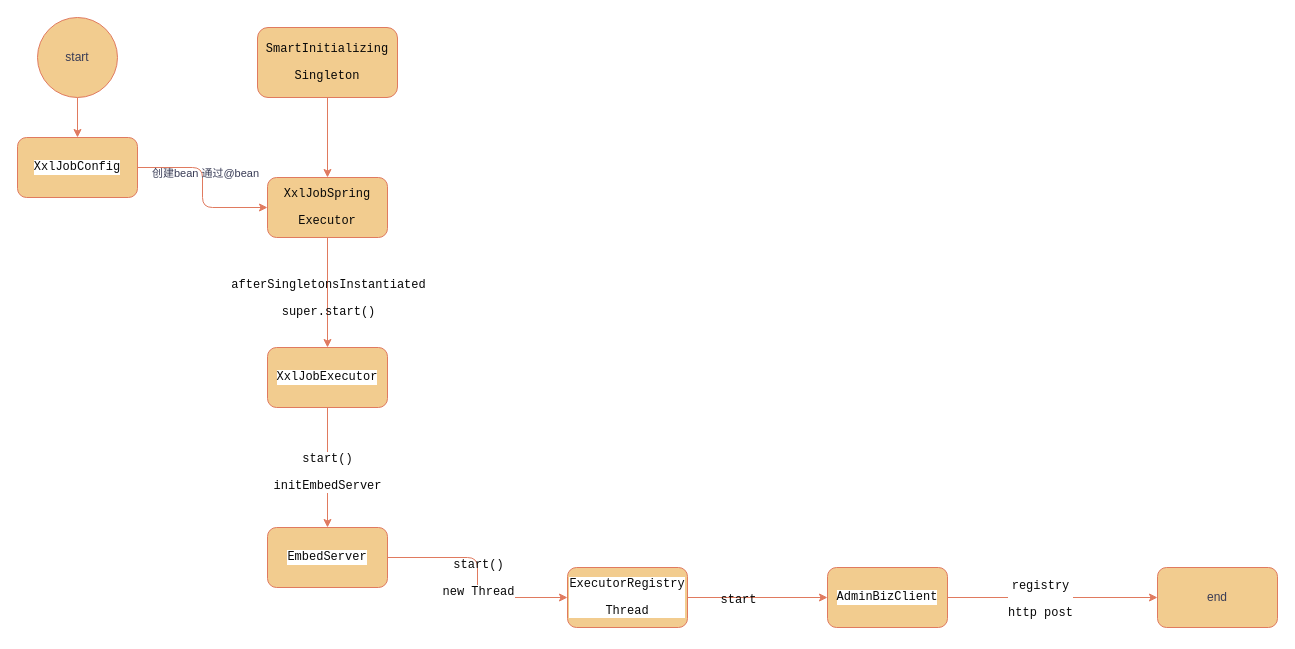
dongwujing/java-drawio keeps this draw.io diagram as page "定时服务节点注册" (1 of 2) of xxljob.drawio. Above is the earlier version. Source tidied: cells renumbered, new cells numbered last; positions are measured from the earlier drawing's top-left corner, leaving out a move shared by most shapes. Both pictures are drawn from the tidied source at 100%, with x=0, y=0 at pixel (17, 17).
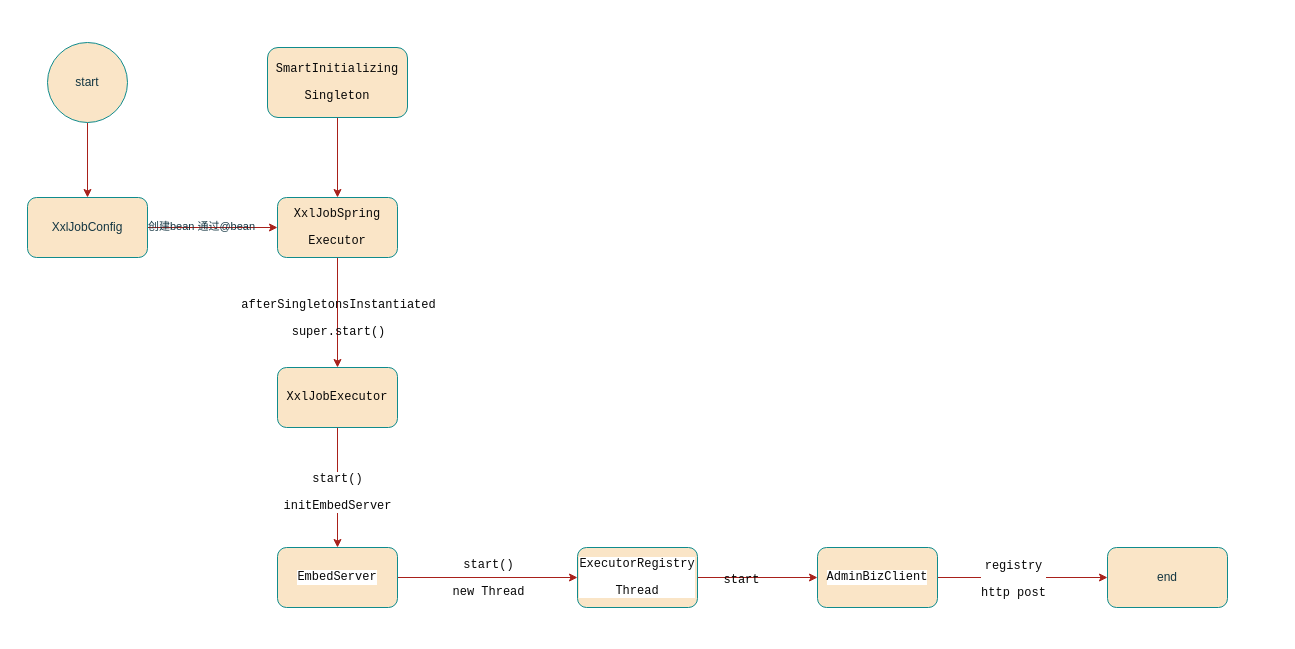
Above is the later version.

What changed in the source:
```diff
@@
-    <mxCell id="2" style="edgeStyle=orthogonalEdgeStyle;rounded=1;jettySize=auto;html=1;labelBackgroundColor=none;strokeColor=#E07A5F;fontColor=default;" parent="1" edge="1" source="4" target="9">
+    <mxCell id="2" style="edgeStyle=orthogonalEdgeStyle;rounded=1;jettySize=auto;html=1;labelBackgroundColor=none;strokeColor=#A8201A;fontColor=default;" parent="1" edge="1" source="4" target="9">
       <mxGeometry relative="1" as="geometry" />
     </mxCell>
-    <mxCell id="3" value="创建bean 通过@bean&lt;br&gt;" style="edgeLabel;html=1;align=center;verticalAlign=middle;labelBackgroundColor=none;fontColor=#393C56;" parent="2" vertex="1">
+    <mxCell id="3" value="创建bean 通过@bean&lt;br&gt;" style="edgeLabel;html=1;align=center;verticalAlign=middle;labelBackgroundColor=none;fontColor=#143642;" parent="2" vertex="1">
       <mxGeometry x="-0.18" y="2" relative="1" as="geometry" />
     </mxCell>
-    <mxCell id="4" value="&lt;div style=&quot;background-color:#ffffff;color:#080808;font-family:'JetBrains Mono',monospace;font-size:9.0pt;&quot;&gt;&lt;pre&gt;XxlJobConfig&lt;/pre&gt;&lt;/div&gt;" style="rounded=1;whiteSpace=wrap;html=1;labelBackgroundColor=none;fillColor=#F2CC8F;strokeColor=#E07A5F;fontColor=#393C56;" parent="1" vertex="1">
-      <mxGeometry y="120" width="120" height="60" as="geometry" />
+    <mxCell id="4" value="XxlJobConfig" style="rounded=1;whiteSpace=wrap;html=1;labelBackgroundColor=none;fillColor=#FAE5C7;strokeColor=#0F8B8D;fontColor=#143642;" parent="1" vertex="1">
+      <mxGeometry x="10" y="180" width="120" height="60" as="geometry" />
     </mxCell>
-    <mxCell id="5" style="edgeStyle=orthogonalEdgeStyle;rounded=1;jettySize=auto;html=1;labelBackgroundColor=none;strokeColor=#E07A5F;fontColor=default;entryX=0.5;entryY=0;entryDx=0;entryDy=0;" parent="1" edge="1" source="6" target="9">
+    <mxCell id="5" style="edgeStyle=orthogonalEdgeStyle;rounded=1;jettySize=auto;html=1;labelBackgroundColor=none;strokeColor=#A8201A;fontColor=default;entryX=0.5;entryY=0;entryDx=0;entryDy=0;" parent="1" edge="1" source="6" target="9">
       <mxGeometry relative="1" as="geometry" />
     </mxCell>
-    <mxCell id="6" value="&lt;div style=&quot;color: rgb(8, 8, 8); font-family: &amp;quot;JetBrains Mono&amp;quot;, monospace; font-size: 9pt;&quot;&gt;&lt;pre style=&quot;&quot;&gt;SmartInitializing&lt;/pre&gt;&lt;pre style=&quot;&quot;&gt;Singleton&lt;/pre&gt;&lt;/div&gt;" style="rounded=1;whiteSpace=wrap;html=1;labelBackgroundColor=none;fillColor=#F2CC8F;strokeColor=#E07A5F;fontColor=#393C56;" parent="1" vertex="1">
-      <mxGeometry x="240" y="10" width="140" height="70" as="geometry" />
+    <mxCell id="6" value="&lt;div style=&quot;color: rgb(8, 8, 8); font-family: &amp;quot;JetBrains Mono&amp;quot;, monospace; font-size: 9pt;&quot;&gt;&lt;pre style=&quot;&quot;&gt;SmartInitializing&lt;/pre&gt;&lt;pre style=&quot;&quot;&gt;Singleton&lt;/pre&gt;&lt;/div&gt;" style="rounded=1;whiteSpace=wrap;html=1;labelBackgroundColor=none;fillColor=#FAE5C7;strokeColor=#0F8B8D;fontColor=#143642;" parent="1" vertex="1">
+      <mxGeometry x="250" y="30" width="140" height="70" as="geometry" />
     </mxCell>
-    <mxCell id="7" style="edgeStyle=orthogonalEdgeStyle;rounded=1;jettySize=auto;html=1;labelBackgroundColor=none;strokeColor=#E07A5F;fontColor=default;" parent="1" edge="1" source="9" target="12">
+    <mxCell id="7" style="edgeStyle=orthogonalEdgeStyle;rounded=1;jettySize=auto;html=1;labelBackgroundColor=none;strokeColor=#A8201A;fontColor=default;" parent="1" edge="1" source="9" target="12">
       <mxGeometry relative="1" as="geometry" />
     </mxCell>
-    <mxCell id="8" value="&lt;div style=&quot;color: rgb(8, 8, 8); font-family: &amp;quot;JetBrains Mono&amp;quot;, monospace; font-size: 9pt;&quot;&gt;&lt;pre&gt;afterSingletonsInstantiated&lt;/pre&gt;&lt;pre&gt;&lt;div style=&quot;font-family: &amp;quot;JetBrains Mono&amp;quot;, monospace; font-size: 9pt;&quot;&gt;&lt;pre&gt;super.start()&lt;/pre&gt;&lt;/div&gt;&lt;/pre&gt;&lt;/div&gt;" style="edgeLabel;html=1;align=center;verticalAlign=middle;labelBackgroundColor=none;fontColor=#393C56;" parent="7" vertex="1">
+    <mxCell id="8" value="&lt;div style=&quot;color: rgb(8, 8, 8); font-family: &amp;quot;JetBrains Mono&amp;quot;, monospace; font-size: 9pt;&quot;&gt;&lt;pre&gt;afterSingletonsInstantiated&lt;/pre&gt;&lt;pre&gt;&lt;div style=&quot;font-family: &amp;quot;JetBrains Mono&amp;quot;, monospace; font-size: 9pt;&quot;&gt;&lt;pre&gt;super.start()&lt;/pre&gt;&lt;/div&gt;&lt;/pre&gt;&lt;/div&gt;" style="edgeLabel;html=1;align=center;verticalAlign=middle;labelBackgroundColor=none;fontColor=#143642;" parent="7" vertex="1">
       <mxGeometry x="0.29" y="2" relative="1" as="geometry">
         <mxPoint x="-2" y="-11" as="offset" />
       </mxGeometry>
     </mxCell>
-    <mxCell id="9" value="&lt;div style=&quot;color: rgb(8, 8, 8); font-family: &amp;quot;JetBrains Mono&amp;quot;, monospace; font-size: 9pt;&quot;&gt;&lt;pre&gt;&lt;div style=&quot;font-family: &amp;quot;JetBrains Mono&amp;quot;, monospace; font-size: 9pt;&quot;&gt;&lt;pre&gt;&lt;div style=&quot;font-family: &amp;quot;JetBrains Mono&amp;quot;, monospace; font-size: 9pt;&quot;&gt;&lt;pre&gt;XxlJobSpring&lt;/pre&gt;&lt;pre&gt;Executor&lt;/pre&gt;&lt;/div&gt;&lt;/pre&gt;&lt;/div&gt;&lt;/pre&gt;&lt;/div&gt;" style="whiteSpace=wrap;html=1;rounded=1;labelBackgroundColor=none;fillColor=#F2CC8F;strokeColor=#E07A5F;fontColor=#393C56;" parent="1" vertex="1">
-      <mxGeometry x="250" y="160" width="120" height="60" as="geometry" />
+    <mxCell id="9" value="&lt;div style=&quot;color: rgb(8, 8, 8); font-family: &amp;quot;JetBrains Mono&amp;quot;, monospace; font-size: 9pt;&quot;&gt;&lt;pre&gt;&lt;div style=&quot;font-family: &amp;quot;JetBrains Mono&amp;quot;, monospace; font-size: 9pt;&quot;&gt;&lt;pre&gt;&lt;div style=&quot;font-family: &amp;quot;JetBrains Mono&amp;quot;, monospace; font-size: 9pt;&quot;&gt;&lt;pre&gt;XxlJobSpring&lt;/pre&gt;&lt;pre&gt;Executor&lt;/pre&gt;&lt;/div&gt;&lt;/pre&gt;&lt;/div&gt;&lt;/pre&gt;&lt;/div&gt;" style="whiteSpace=wrap;html=1;rounded=1;labelBackgroundColor=none;fillColor=#FAE5C7;strokeColor=#0F8B8D;fontColor=#143642;" parent="1" vertex="1">
+      <mxGeometry x="260" y="180" width="120" height="60" as="geometry" />
     </mxCell>
-    <mxCell id="10" style="edgeStyle=orthogonalEdgeStyle;rounded=1;jettySize=auto;html=1;labelBackgroundColor=none;strokeColor=#E07A5F;fontColor=default;" parent="1" edge="1" source="12" target="15">
+    <mxCell id="10" style="edgeStyle=orthogonalEdgeStyle;rounded=1;jettySize=auto;html=1;labelBackgroundColor=none;strokeColor=#A8201A;fontColor=default;" parent="1" edge="1" source="12" target="15">
       <mxGeometry relative="1" as="geometry" />
     </mxCell>
-    <mxCell id="11" value="&lt;div style=&quot;color: rgb(8, 8, 8); font-family: &amp;quot;JetBrains Mono&amp;quot;, monospace; font-size: 9pt;&quot;&gt;&lt;pre&gt;&lt;div style=&quot;background-color: rgb(255, 255, 255); font-family: &amp;quot;JetBrains Mono&amp;quot;, monospace; font-size: 9pt;&quot;&gt;&lt;pre&gt;start()&lt;/pre&gt;&lt;pre&gt;&lt;div style=&quot;font-family: &amp;quot;JetBrains Mono&amp;quot;, monospace; font-size: 9pt;&quot;&gt;&lt;pre&gt;initEmbedServer&lt;/pre&gt;&lt;/div&gt;&lt;/pre&gt;&lt;/div&gt;&lt;/pre&gt;&lt;/div&gt;" style="edgeLabel;html=1;align=center;verticalAlign=middle;labelBackgroundColor=none;fontColor=#393C56;rounded=1;" parent="10" vertex="1">
+    <mxCell id="11" value="&lt;div style=&quot;color: rgb(8, 8, 8); font-family: &amp;quot;JetBrains Mono&amp;quot;, monospace; font-size: 9pt;&quot;&gt;&lt;pre&gt;&lt;div style=&quot;background-color: rgb(255, 255, 255); font-family: &amp;quot;JetBrains Mono&amp;quot;, monospace; font-size: 9pt;&quot;&gt;&lt;pre&gt;start()&lt;/pre&gt;&lt;pre&gt;&lt;div style=&quot;font-family: &amp;quot;JetBrains Mono&amp;quot;, monospace; font-size: 9pt;&quot;&gt;&lt;pre&gt;initEmbedServer&lt;/pre&gt;&lt;/div&gt;&lt;/pre&gt;&lt;/div&gt;&lt;/pre&gt;&lt;/div&gt;" style="edgeLabel;html=1;align=center;verticalAlign=middle;labelBackgroundColor=none;fontColor=#143642;rounded=1;" parent="10" vertex="1">
       <mxGeometry x="0.07" y="-1" relative="1" as="geometry" />
     </mxCell>
-    <mxCell id="12" value="&lt;div style=&quot;background-color:#ffffff;color:#080808;font-family:'JetBrains Mono',monospace;font-size:9.0pt;&quot;&gt;&lt;pre&gt;&lt;div style=&quot;font-family: &amp;quot;JetBrains Mono&amp;quot;, monospace; font-size: 9pt;&quot;&gt;&lt;pre&gt;&lt;div style=&quot;font-family: &amp;quot;JetBrains Mono&amp;quot;, monospace; font-size: 9pt;&quot;&gt;&lt;pre&gt;XxlJobExecutor&lt;/pre&gt;&lt;/div&gt;&lt;/pre&gt;&lt;/div&gt;&lt;/pre&gt;&lt;/div&gt;" style="whiteSpace=wrap;html=1;rounded=1;labelBackgroundColor=none;fillColor=#F2CC8F;strokeColor=#E07A5F;fontColor=#393C56;" parent="1" vertex="1">
-      <mxGeometry x="250" y="330" width="120" height="60" as="geometry" />
+    <mxCell id="12" value="&lt;pre style=&quot;border-color: var(--border-color); color: rgb(8, 8, 8);&quot;&gt;XxlJobExecutor&lt;/pre&gt;" style="whiteSpace=wrap;html=1;rounded=1;labelBackgroundColor=none;fillColor=#FAE5C7;strokeColor=#0F8B8D;fontColor=#143642;" parent="1" vertex="1">
+      <mxGeometry x="260" y="350" width="120" height="60" as="geometry" />
     </mxCell>
-    <mxCell id="13" style="edgeStyle=orthogonalEdgeStyle;rounded=1;jettySize=auto;html=1;labelBackgroundColor=none;strokeColor=#E07A5F;fontColor=default;" parent="1" edge="1" source="15" target="18">
+    <mxCell id="13" style="edgeStyle=orthogonalEdgeStyle;rounded=1;jettySize=auto;html=1;labelBackgroundColor=none;strokeColor=#A8201A;fontColor=default;" parent="1" edge="1" source="15" target="18">
       <mxGeometry relative="1" as="geometry" />
     </mxCell>
-    <mxCell id="14" value="&lt;div style=&quot;color: rgb(8, 8, 8); font-family: &amp;quot;JetBrains Mono&amp;quot;, monospace; font-size: 9pt;&quot;&gt;&lt;pre&gt;start()&lt;/pre&gt;&lt;pre&gt;&lt;div style=&quot;background-color: rgb(255, 255, 255); font-family: &amp;quot;JetBrains Mono&amp;quot;, monospace; font-size: 9pt;&quot;&gt;&lt;pre&gt;new Thread&lt;/pre&gt;&lt;/div&gt;&lt;/pre&gt;&lt;/div&gt;" style="edgeLabel;html=1;align=center;verticalAlign=middle;labelBackgroundColor=none;fontColor=#393C56;rounded=1;" parent="13" vertex="1">
+    <mxCell id="14" value="&lt;div style=&quot;color: rgb(8, 8, 8); font-family: &amp;quot;JetBrains Mono&amp;quot;, monospace; font-size: 9pt;&quot;&gt;&lt;pre&gt;start()&lt;/pre&gt;&lt;pre&gt;&lt;div style=&quot;background-color: rgb(255, 255, 255); font-family: &amp;quot;JetBrains Mono&amp;quot;, monospace; font-size: 9pt;&quot;&gt;&lt;pre&gt;new Thread&lt;/pre&gt;&lt;/div&gt;&lt;/pre&gt;&lt;/div&gt;" style="edgeLabel;html=1;align=center;verticalAlign=middle;labelBackgroundColor=none;fontColor=#143642;rounded=1;" parent="13" vertex="1">
       <mxGeometry relative="1" as="geometry" />
     </mxCell>
-    <mxCell id="15" value="&lt;div style=&quot;background-color:#ffffff;color:#080808;font-family:'JetBrains Mono',monospace;font-size:9.0pt;&quot;&gt;&lt;pre&gt;EmbedServer&lt;/pre&gt;&lt;/div&gt;" style="whiteSpace=wrap;html=1;rounded=1;labelBackgroundColor=none;fillColor=#F2CC8F;strokeColor=#E07A5F;fontColor=#393C56;" parent="1" vertex="1">
-      <mxGeometry x="250" y="510" width="120" height="60" as="geometry" />
+    <mxCell id="15" value="&lt;div style=&quot;background-color:#ffffff;color:#080808;font-family:'JetBrains Mono',monospace;font-size:9.0pt;&quot;&gt;&lt;pre&gt;EmbedServer&lt;/pre&gt;&lt;/div&gt;" style="whiteSpace=wrap;html=1;rounded=1;labelBackgroundColor=none;fillColor=#FAE5C7;strokeColor=#0F8B8D;fontColor=#143642;" parent="1" vertex="1">
+      <mxGeometry x="260" y="530" width="120" height="60" as="geometry" />
     </mxCell>
-    <mxCell id="16" style="edgeStyle=orthogonalEdgeStyle;rounded=1;jettySize=auto;html=1;labelBackgroundColor=none;strokeColor=#E07A5F;fontColor=default;" parent="1" edge="1" source="18" target="21">
+    <mxCell id="16" style="edgeStyle=orthogonalEdgeStyle;rounded=1;jettySize=auto;html=1;labelBackgroundColor=none;strokeColor=#A8201A;fontColor=default;" parent="1" edge="1" source="18" target="21">
       <mxGeometry relative="1" as="geometry" />
     </mxCell>
-    <mxCell id="17" value="&lt;div style=&quot;color: rgb(8, 8, 8); font-family: &amp;quot;JetBrains Mono&amp;quot;, monospace; font-size: 9pt;&quot;&gt;&lt;pre&gt;start&lt;/pre&gt;&lt;/div&gt;" style="edgeLabel;html=1;align=center;verticalAlign=middle;labelBackgroundColor=none;fontColor=#393C56;" parent="16" vertex="1">
+    <mxCell id="17" value="&lt;div style=&quot;color: rgb(8, 8, 8); font-family: &amp;quot;JetBrains Mono&amp;quot;, monospace; font-size: 9pt;&quot;&gt;&lt;pre&gt;start&lt;/pre&gt;&lt;/div&gt;" style="edgeLabel;html=1;align=center;verticalAlign=middle;labelBackgroundColor=none;fontColor=#143642;" parent="16" vertex="1">
       <mxGeometry x="-0.28" y="-2" relative="1" as="geometry" />
     </mxCell>
-    <mxCell id="18" value="&lt;div style=&quot;background-color:#ffffff;color:#080808;font-family:'JetBrains Mono',monospace;font-size:9.0pt;&quot;&gt;&lt;pre&gt;&lt;div style=&quot;font-family: &amp;quot;JetBrains Mono&amp;quot;, monospace; font-size: 9pt;&quot;&gt;&lt;pre&gt;ExecutorRegistry&lt;/pre&gt;&lt;pre&gt;Thread&lt;/pre&gt;&lt;/div&gt;&lt;/pre&gt;&lt;/div&gt;" style="whiteSpace=wrap;html=1;rounded=1;labelBackgroundColor=none;fillColor=#F2CC8F;strokeColor=#E07A5F;fontColor=#393C56;" parent="1" vertex="1">
-      <mxGeometry x="550" y="550" width="120" height="60" as="geometry" />
+    <mxCell id="18" value="&lt;div style=&quot;background-color:#ffffff;color:#080808;font-family:'JetBrains Mono',monospace;font-size:9.0pt;&quot;&gt;&lt;pre&gt;&lt;div style=&quot;font-family: &amp;quot;JetBrains Mono&amp;quot;, monospace; font-size: 9pt;&quot;&gt;&lt;pre&gt;&lt;pre style=&quot;border-color: var(--border-color);&quot;&gt;ExecutorRegistry&lt;/pre&gt;&lt;pre style=&quot;border-color: var(--border-color);&quot;&gt;Thread&lt;/pre&gt;&lt;/pre&gt;&lt;/div&gt;&lt;/pre&gt;&lt;/div&gt;" style="whiteSpace=wrap;html=1;rounded=1;labelBackgroundColor=none;fillColor=#FAE5C7;strokeColor=#0F8B8D;fontColor=#143642;" parent="1" vertex="1">
+      <mxGeometry x="560" y="530" width="120" height="60" as="geometry" />
     </mxCell>
-    <mxCell id="19" style="edgeStyle=orthogonalEdgeStyle;rounded=1;jettySize=auto;html=1;labelBackgroundColor=none;strokeColor=#E07A5F;fontColor=default;" parent="1" edge="1" source="21" target="22">
+    <mxCell id="19" style="edgeStyle=orthogonalEdgeStyle;rounded=1;jettySize=auto;html=1;labelBackgroundColor=none;strokeColor=#A8201A;fontColor=default;" parent="1" edge="1" source="21" target="22">
       <mxGeometry relative="1" as="geometry" />
     </mxCell>
-    <mxCell id="20" value="&lt;div style=&quot;background-color:#ffffff;color:#080808;font-family:'JetBrains Mono',monospace;font-size:9.0pt;&quot;&gt;&lt;pre&gt;registry&lt;/pre&gt;&lt;pre&gt;http post&lt;/pre&gt;&lt;/div&gt;" style="edgeLabel;html=1;align=center;verticalAlign=middle;labelBackgroundColor=none;fontColor=#393C56;rounded=1;" parent="19" vertex="1">
+    <mxCell id="20" value="&lt;div style=&quot;background-color:#ffffff;color:#080808;font-family:'JetBrains Mono',monospace;font-size:9.0pt;&quot;&gt;&lt;pre&gt;registry&lt;/pre&gt;&lt;pre&gt;http post&lt;/pre&gt;&lt;/div&gt;" style="edgeLabel;html=1;align=center;verticalAlign=middle;labelBackgroundColor=none;fontColor=#143642;rounded=1;" parent="19" vertex="1">
       <mxGeometry x="-0.12" y="-1" relative="1" as="geometry" />
     </mxCell>
-    <mxCell id="21" value="&lt;div style=&quot;background-color:#ffffff;color:#080808;font-family:'JetBrains Mono',monospace;font-size:9.0pt;&quot;&gt;&lt;pre&gt;&lt;div style=&quot;font-family: &amp;quot;JetBrains Mono&amp;quot;, monospace; font-size: 9pt;&quot;&gt;&lt;pre&gt;AdminBizClient&lt;/pre&gt;&lt;/div&gt;&lt;/pre&gt;&lt;/div&gt;" style="whiteSpace=wrap;html=1;rounded=1;labelBackgroundColor=none;fillColor=#F2CC8F;strokeColor=#E07A5F;fontColor=#393C56;" parent="1" vertex="1">
-      <mxGeometry x="810" y="550" width="120" height="60" as="geometry" />
+    <mxCell id="21" value="&lt;div style=&quot;background-color:#ffffff;color:#080808;font-family:'JetBrains Mono',monospace;font-size:9.0pt;&quot;&gt;&lt;pre&gt;&lt;div style=&quot;font-family: &amp;quot;JetBrains Mono&amp;quot;, monospace; font-size: 9pt;&quot;&gt;&lt;pre&gt;AdminBizClient&lt;/pre&gt;&lt;/div&gt;&lt;/pre&gt;&lt;/div&gt;" style="whiteSpace=wrap;html=1;rounded=1;labelBackgroundColor=none;fillColor=#FAE5C7;strokeColor=#0F8B8D;fontColor=#143642;" parent="1" vertex="1">
+      <mxGeometry x="800" y="530" width="120" height="60" as="geometry" />
     </mxCell>
-    <mxCell id="22" value="end" style="whiteSpace=wrap;html=1;rounded=1;labelBackgroundColor=none;fillColor=#F2CC8F;strokeColor=#E07A5F;fontColor=#393C56;" parent="1" vertex="1">
-      <mxGeometry x="1140" y="550" width="120" height="60" as="geometry" />
+    <mxCell id="22" value="end" style="whiteSpace=wrap;html=1;rounded=1;labelBackgroundColor=none;fillColor=#FAE5C7;strokeColor=#0F8B8D;fontColor=#143642;" parent="1" vertex="1">
+      <mxGeometry x="1090" y="530" width="120" height="60" as="geometry" />
     </mxCell>
-    <mxCell id="23" style="edgeStyle=orthogonalEdgeStyle;rounded=0;jettySize=auto;html=1;labelBackgroundColor=none;strokeColor=#E07A5F;fontColor=default;" parent="1" edge="1" source="24" target="4">
+    <mxCell id="23" style="edgeStyle=orthogonalEdgeStyle;rounded=0;jettySize=auto;html=1;labelBackgroundColor=none;strokeColor=#A8201A;fontColor=default;" parent="1" edge="1" source="24" target="4">
       <mxGeometry relative="1" as="geometry" />
     </mxCell>
-    <mxCell id="24" value="start&lt;br&gt;" style="ellipse;whiteSpace=wrap;html=1;labelBackgroundColor=none;fillColor=#F2CC8F;strokeColor=#E07A5F;fontColor=#393C56;" parent="1" vertex="1">
-      <mxGeometry x="20" width="80" height="80" as="geometry" />
+    <mxCell id="24" value="start&lt;br&gt;" style="ellipse;whiteSpace=wrap;html=1;labelBackgroundColor=none;fillColor=#FAE5C7;strokeColor=#0F8B8D;fontColor=#143642;" parent="1" vertex="1">
+      <mxGeometry x="30" y="25" width="80" height="80" as="geometry" />
     </mxCell>
```
